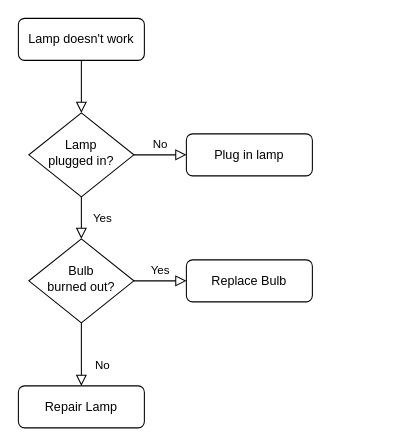
Before: 未命名绘图.drawio in Asher-ym-Duan/MyNote, a draw.io diagram. Source tidied: cells renumbered, new cells numbered last; positions are measured from the earlier drawing's top-left corner, leaving out a move shared by most shapes. Both pictures are drawn from the tidied source at 105%, with x=0, y=0 at pixel (18, 18).
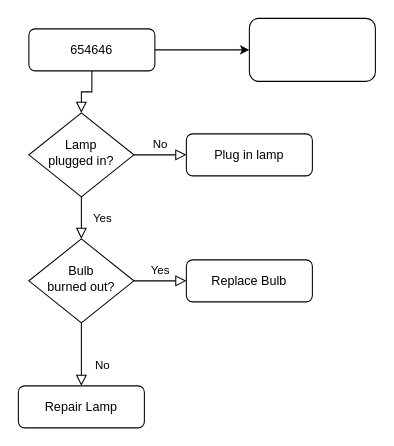
The same diagram, later.

What changed in the source:
```diff
@@
 <mxGraphModel>
   <root>
     <mxCell id="0" />
     <mxCell id="1" parent="0" />
     <mxCell id="2" style="rounded=0;html=1;jettySize=auto;fontSize=11;endArrow=block;endFill=0;endSize=8;strokeWidth=1;shadow=0;labelBackgroundColor=none;edgeStyle=orthogonalEdgeStyle;" parent="1" edge="1" source="3" target="6">
       <mxGeometry relative="1" as="geometry" />
     </mxCell>
+    <mxCell id="13" style="edgeStyle=orthogonalEdgeStyle;rounded=0;jettySize=auto;html=1;exitX=1;exitY=0.5;exitDx=0;exitDy=0;entryX=0;entryY=0.5;entryDx=0;entryDy=0;" parent="1" edge="1" source="3" target="14">
+      <mxGeometry relative="1" as="geometry" />
+    </mxCell>
-    <mxCell id="3" value="Lamp doesn't work" style="rounded=1;whiteSpace=wrap;html=1;fontSize=12;glass=0;strokeWidth=1;shadow=0;" parent="1" vertex="1">
-      <mxGeometry width="120" height="40" as="geometry" />
+    <mxCell id="3" value="654646" style="rounded=1;whiteSpace=wrap;html=1;fontSize=12;glass=0;strokeWidth=1;shadow=0;" parent="1" vertex="1">
+      <mxGeometry x="10" y="10" width="120" height="40" as="geometry" />
     </mxCell>
     <mxCell id="4" value="Yes" style="rounded=0;html=1;jettySize=auto;fontSize=11;endArrow=block;endFill=0;endSize=8;strokeWidth=1;shadow=0;labelBackgroundColor=none;edgeStyle=orthogonalEdgeStyle;" parent="1" edge="1" source="6" target="10">
       <mxGeometry y="20" relative="1" as="geometry" />
     </mxCell>
     <mxCell id="5" value="No" style="edgeStyle=orthogonalEdgeStyle;rounded=0;html=1;jettySize=auto;fontSize=11;endArrow=block;endFill=0;endSize=8;strokeWidth=1;shadow=0;labelBackgroundColor=none;" parent="1" edge="1" source="6" target="7">
       <mxGeometry y="10" relative="1" as="geometry" />
     </mxCell>
     <mxCell id="6" value="Lamp&lt;br&gt;plugged in?" style="rhombus;whiteSpace=wrap;html=1;shadow=0;fontFamily=Helvetica;fontSize=12;align=center;strokeWidth=1;spacing=6;spacingTop=-4;" parent="1" vertex="1">
       <mxGeometry x="10" y="90" width="100" height="80" as="geometry" />
     </mxCell>
     <mxCell id="7" value="Plug in lamp" style="rounded=1;whiteSpace=wrap;html=1;fontSize=12;glass=0;strokeWidth=1;shadow=0;" parent="1" vertex="1">
       <mxGeometry x="160" y="110" width="120" height="40" as="geometry" />
     </mxCell>
     <mxCell id="8" value="No" style="rounded=0;html=1;jettySize=auto;fontSize=11;endArrow=block;endFill=0;endSize=8;strokeWidth=1;shadow=0;labelBackgroundColor=none;edgeStyle=orthogonalEdgeStyle;" parent="1" edge="1" source="10" target="11">
       <mxGeometry x="0.33" y="20" relative="1" as="geometry" />
     </mxCell>
     <mxCell id="9" value="Yes" style="edgeStyle=orthogonalEdgeStyle;rounded=0;html=1;jettySize=auto;fontSize=11;endArrow=block;endFill=0;endSize=8;strokeWidth=1;shadow=0;labelBackgroundColor=none;" parent="1" edge="1" source="10" target="12">
       <mxGeometry y="10" relative="1" as="geometry" />
     </mxCell>
     <mxCell id="10" value="Bulb&lt;br&gt;burned out?" style="rhombus;whiteSpace=wrap;html=1;shadow=0;fontFamily=Helvetica;fontSize=12;align=center;strokeWidth=1;spacing=6;spacingTop=-4;" parent="1" vertex="1">
       <mxGeometry x="10" y="210" width="100" height="80" as="geometry" />
     </mxCell>
     <mxCell id="11" value="Repair Lamp" style="rounded=1;whiteSpace=wrap;html=1;fontSize=12;glass=0;strokeWidth=1;shadow=0;" parent="1" vertex="1">
       <mxGeometry y="350" width="120" height="40" as="geometry" />
     </mxCell>
     <mxCell id="12" value="Replace Bulb" style="rounded=1;whiteSpace=wrap;html=1;fontSize=12;glass=0;strokeWidth=1;shadow=0;" parent="1" vertex="1">
       <mxGeometry x="160" y="230" width="120" height="40" as="geometry" />
     </mxCell>
+    <mxCell id="14" style="rounded=1;whiteSpace=wrap;html=1;" parent="1" vertex="1">
+      <mxGeometry x="220" width="120" height="60" as="geometry" />
+    </mxCell>
   </root>
 </mxGraphModel>
```
